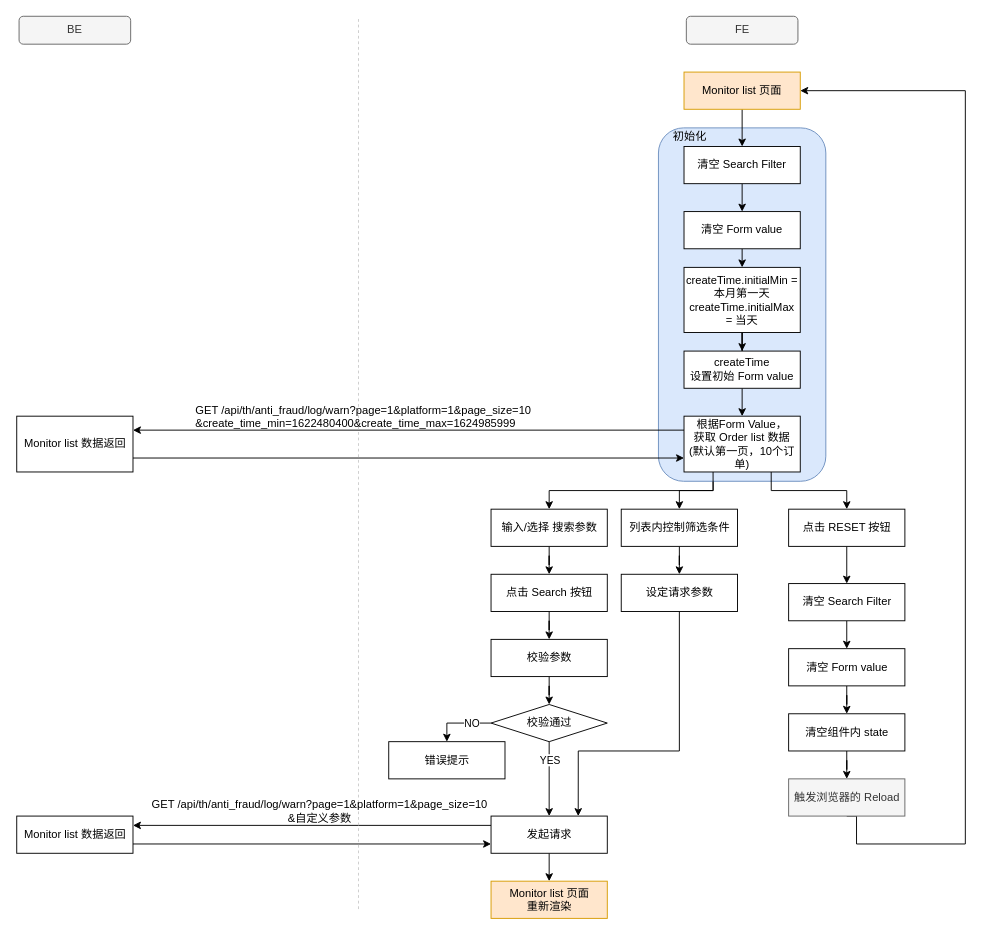
junhong2021/Hotel- keeps this draw.io diagram as page "monitor list" (9 of 11) of Admin/admin.drawio. Above is the earlier version. Source tidied: cells renumbered, new cells numbered last; positions are measured from the earlier drawing's top-left corner, leaving out a move shared by most shapes. Both pictures are drawn from the tidied source at 93%, with x=0, y=0 at pixel (16, 16).
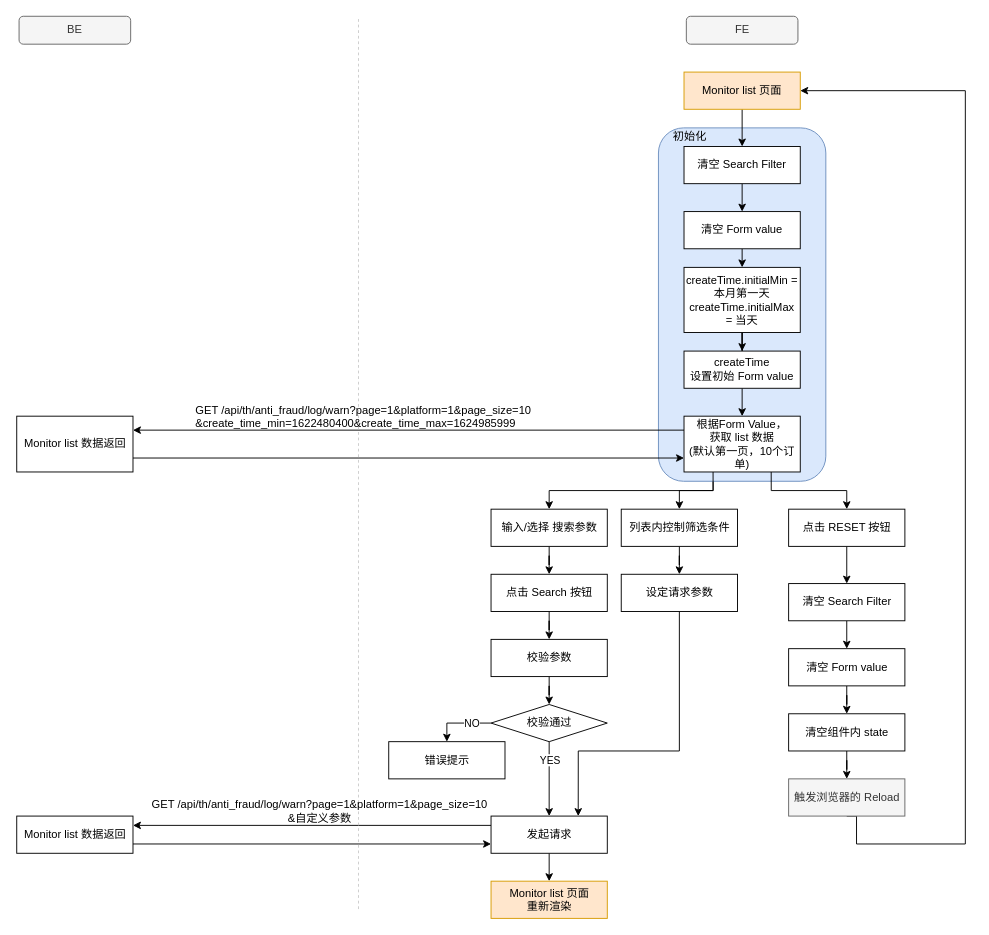
After the change.

The edit, as a diff of the source:
```diff
@@
-    <mxCell id="23" value="根据Form Value，&lt;br&gt;获取 Order list 数据&lt;br&gt;(默认第一页，10个订单)" style="rounded=0;whiteSpace=wrap;html=1;" parent="1" vertex="1">
+    <mxCell id="23" value="根据Form Value，&lt;br&gt;获取 list 数据&lt;br&gt;(默认第一页，10个订单)" style="rounded=0;whiteSpace=wrap;html=1;" parent="1" vertex="1">
       <mxGeometry x="718" y="430" width="125" height="60" as="geometry" />
     </mxCell>
```
